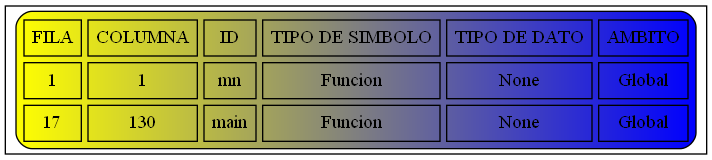
Before: Simbolos.png, a diagram exported from Graphviz (JoseMore99/OLC2_P1_201701015). Its source is kept beside it as Simbolos.dot.
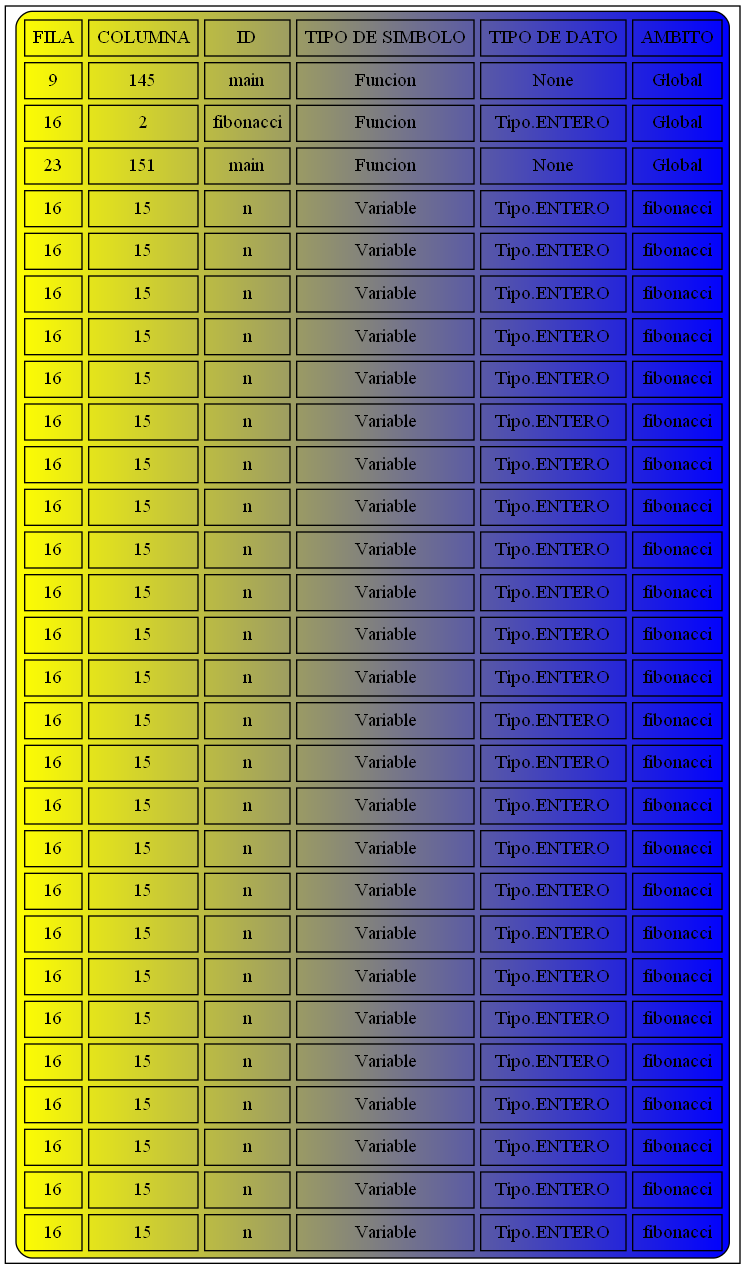
Above is the later version.

Diff of the diagram source:
```diff
@@ -2,7 +2,33 @@
 node [shape=record];
 a0 [label=<<TABLE border="1" cellspacing="5" cellpadding="5" style="rounded" bgcolor="yellow:blue">
 "<TR><TD>FILA</TD><TD>COLUMNA</TD><TD>ID</TD><TD>TIPO DE SIMBOLO</TD><TD>TIPO DE DATO</TD><TD>AMBITO</TD></TR>
-<TR><TD>1</TD><TD>1</TD><TD>mn</TD><TD>Funcion</TD><TD>None</TD><TD>Global</TD></TR>
-<TR><TD>17</TD><TD>130</TD><TD>main</TD><TD>Funcion</TD><TD>None</TD><TD>Global</TD></TR>
+<TR><TD>9</TD><TD>145</TD><TD>main</TD><TD>Funcion</TD><TD>None</TD><TD>Global</TD></TR>
+<TR><TD>16</TD><TD>2</TD><TD>fibonacci</TD><TD>Funcion</TD><TD>Tipo.ENTERO</TD><TD>Global</TD></TR>
+<TR><TD>23</TD><TD>151</TD><TD>main</TD><TD>Funcion</TD><TD>None</TD><TD>Global</TD></TR>
+<TR><TD>16</TD><TD>15</TD><TD>n</TD><TD>Variable</TD><TD>Tipo.ENTERO</TD><TD>fibonacci</TD></TR>
+<TR><TD>16</TD><TD>15</TD><TD>n</TD><TD>Variable</TD><TD>Tipo.ENTERO</TD><TD>fibonacci</TD></TR>
+<TR><TD>16</TD><TD>15</TD><TD>n</TD><TD>Variable</TD><TD>Tipo.ENTERO</TD><TD>fibonacci</TD></TR>
+<TR><TD>16</TD><TD>15</TD><TD>n</TD><TD>Variable</TD><TD>Tipo.ENTERO</TD><TD>fibonacci</TD></TR>
+<TR><TD>16</TD><TD>15</TD><TD>n</TD><TD>Variable</TD><TD>Tipo.ENTERO</TD><TD>fibonacci</TD></TR>
+<TR><TD>16</TD><TD>15</TD><TD>n</TD><TD>Variable</TD><TD>Tipo.ENTERO</TD><TD>fibonacci</TD></TR>
+<TR><TD>16</TD><TD>15</TD><TD>n</TD><TD>Variable</TD><TD>Tipo.ENTERO</TD><TD>fibonacci</TD></TR>
+<TR><TD>16</TD><TD>15</TD><TD>n</TD><TD>Variable</TD><TD>Tipo.ENTERO</TD><TD>fibonacci</TD></TR>
+<TR><TD>16</TD><TD>15</TD><TD>n</TD><TD>Variable</TD><TD>Tipo.ENTERO</TD><TD>fibonacci</TD></TR>
+<TR><TD>16</TD><TD>15</TD><TD>n</TD><TD>Variable</TD><TD>Tipo.ENTERO</TD><TD>fibonacci</TD></TR>
+<TR><TD>16</TD><TD>15</TD><TD>n</TD><TD>Variable</TD><TD>Tipo.ENTERO</TD><TD>fibonacci</TD></TR>
+<TR><TD>16</TD><TD>15</TD><TD>n</TD><TD>Variable</TD><TD>Tipo.ENTERO</TD><TD>fibonacci</TD></TR>
+<TR><TD>16</TD><TD>15</TD><TD>n</TD><TD>Variable</TD><TD>Tipo.ENTERO</TD><TD>fibonacci</TD></TR>
+<TR><TD>16</TD><TD>15</TD><TD>n</TD><TD>Variable</TD><TD>Tipo.ENTERO</TD><TD>fibonacci</TD></TR>
+<TR><TD>16</TD><TD>15</TD><TD>n</TD><TD>Variable</TD><TD>Tipo.ENTERO</TD><TD>fibonacci</TD></TR>
+<TR><TD>16</TD><TD>15</TD><TD>n</TD><TD>Variable</TD><TD>Tipo.ENTERO</TD><TD>fibonacci</TD></TR>
+<TR><TD>16</TD><TD>15</TD><TD>n</TD><TD>Variable</TD><TD>Tipo.ENTERO</TD><TD>fibonacci</TD></TR>
+<TR><TD>16</TD><TD>15</TD><TD>n</TD><TD>Variable</TD><TD>Tipo.ENTERO</TD><TD>fibonacci</TD></TR>
+<TR><TD>16</TD><TD>15</TD><TD>n</TD><TD>Variable</TD><TD>Tipo.ENTERO</TD><TD>fibonacci</TD></TR>
+<TR><TD>16</TD><TD>15</TD><TD>n</TD><TD>Variable</TD><TD>Tipo.ENTERO</TD><TD>fibonacci</TD></TR>
+<TR><TD>16</TD><TD>15</TD><TD>n</TD><TD>Variable</TD><TD>Tipo.ENTERO</TD><TD>fibonacci</TD></TR>
+<TR><TD>16</TD><TD>15</TD><TD>n</TD><TD>Variable</TD><TD>Tipo.ENTERO</TD><TD>fibonacci</TD></TR>
+<TR><TD>16</TD><TD>15</TD><TD>n</TD><TD>Variable</TD><TD>Tipo.ENTERO</TD><TD>fibonacci</TD></TR>
+<TR><TD>16</TD><TD>15</TD><TD>n</TD><TD>Variable</TD><TD>Tipo.ENTERO</TD><TD>fibonacci</TD></TR>
+<TR><TD>16</TD><TD>15</TD><TD>n</TD><TD>Variable</TD><TD>Tipo.ENTERO</TD><TD>fibonacci</TD></TR>
 </TABLE>>];
 }
```
